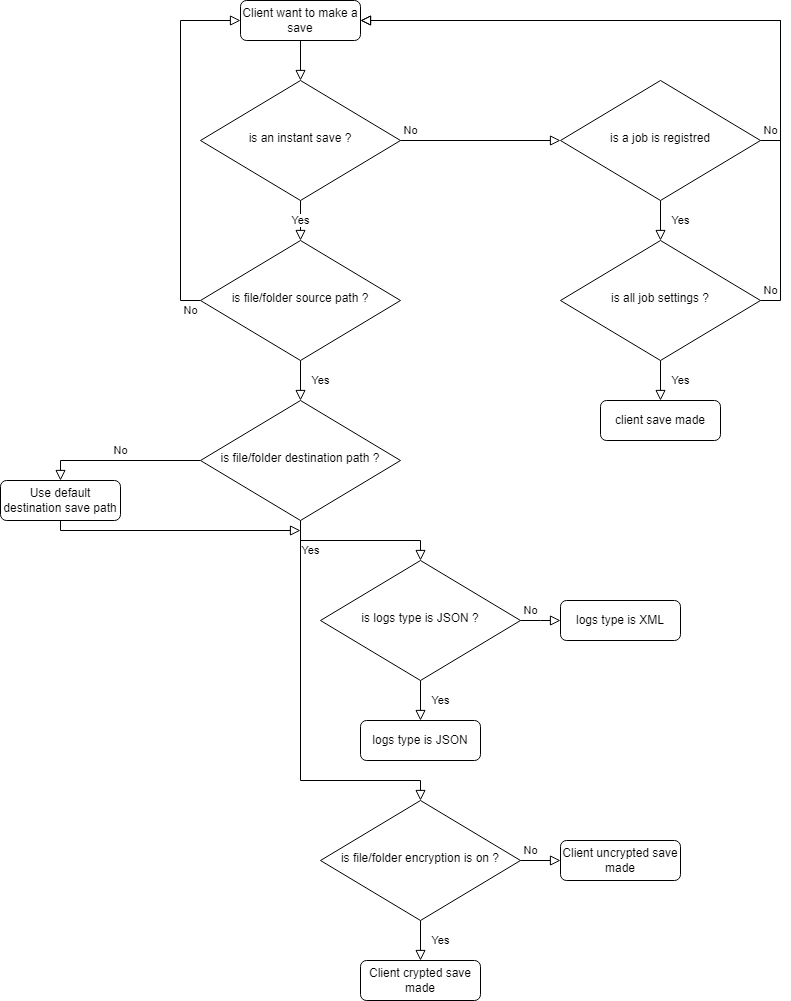
Before: CDC/3.0/flow_diagram.png, a diagram exported from draw.io (Atineon/easysave_production). Source tidied: cells renumbered, new cells last; positions are measured from the earlier drawing's top-left corner, leaving out a move shared by most shapes.
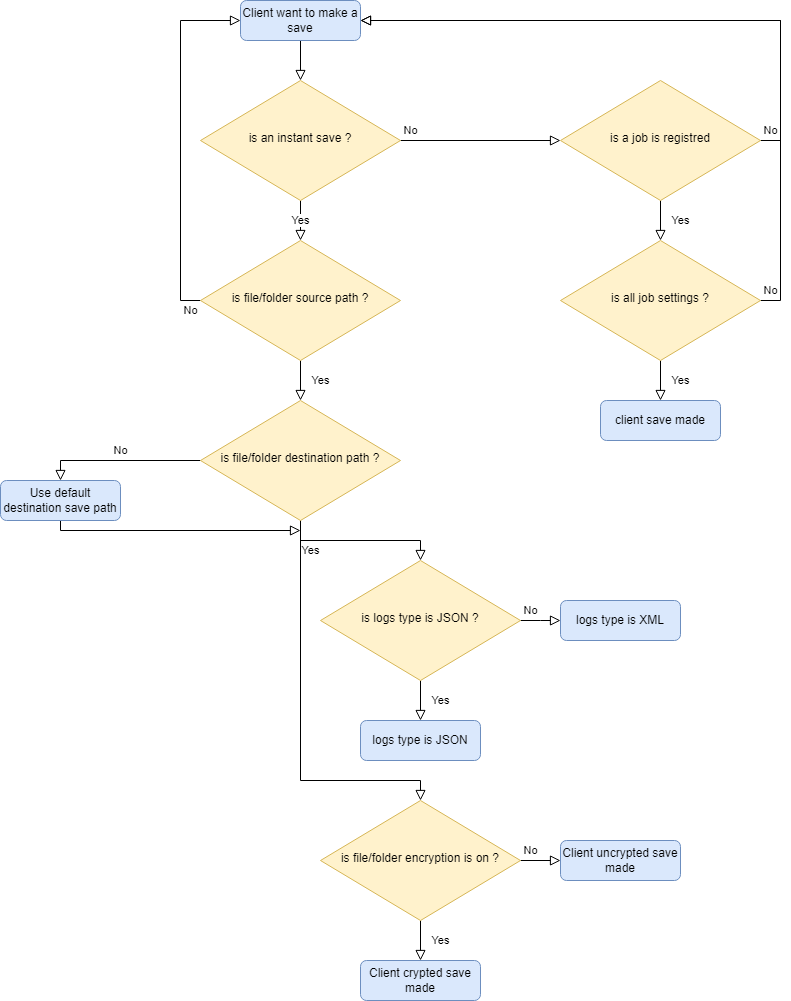
After the change.

Commit message:
fix: colorized flaw diagram + upgrade gitignore

Diff of the diagram source:
```diff
@@ -5,7 +5,7 @@
     <mxCell id="2" style="rounded=0;html=1;jettySize=auto;fontSize=11;endArrow=block;endFill=0;endSize=8;strokeWidth=1;shadow=0;labelBackgroundColor=none;edgeStyle=orthogonalEdgeStyle;" parent="1" edge="1" source="3" target="23">
       <mxGeometry relative="1" as="geometry" />
     </mxCell>
-    <mxCell id="3" value="Client want to make a save" style="rounded=1;whiteSpace=wrap;html=1;fontSize=12;glass=0;strokeWidth=1;shadow=0;" parent="1" vertex="1">
+    <mxCell id="3" value="Client want to make a save" style="rounded=1;whiteSpace=wrap;html=1;fontSize=12;glass=0;strokeWidth=1;shadow=0;fillColor=#dae8fc;strokeColor=#6c8ebf;" parent="1" vertex="1">
       <mxGeometry x="240" width="120" height="40" as="geometry" />
     </mxCell>
     <mxCell id="4" value="Yes" style="rounded=0;html=1;jettySize=auto;fontSize=11;endArrow=block;endFill=0;endSize=8;strokeWidth=1;shadow=0;labelBackgroundColor=none;edgeStyle=orthogonalEdgeStyle;" parent="1" edge="1" source="6" target="15">
@@ -19,7 +19,7 @@
         </Array>
       </mxGeometry>
     </mxCell>
-    <mxCell id="6" value="is file/folder source path ?" style="rhombus;whiteSpace=wrap;html=1;shadow=0;fontFamily=Helvetica;fontSize=12;align=center;strokeWidth=1;spacing=6;spacingTop=-4;" parent="1" vertex="1">
+    <mxCell id="6" value="is file/folder source path ?" style="rhombus;whiteSpace=wrap;html=1;shadow=0;fontFamily=Helvetica;fontSize=12;align=center;strokeWidth=1;spacing=6;spacingTop=-4;fillColor=#fff2cc;strokeColor=#d6b656;" parent="1" vertex="1">
       <mxGeometry x="200" y="240" width="200" height="120" as="geometry" />
     </mxCell>
     <mxCell id="7" value="Yes" style="rounded=0;html=1;jettySize=auto;fontSize=11;endArrow=block;endFill=0;endSize=8;strokeWidth=1;shadow=0;labelBackgroundColor=none;edgeStyle=orthogonalEdgeStyle;" parent="1" edge="1" source="9" target="10">
@@ -28,13 +28,13 @@
     <mxCell id="8" value="No" style="edgeStyle=orthogonalEdgeStyle;rounded=0;html=1;jettySize=auto;fontSize=11;endArrow=block;endFill=0;endSize=8;strokeWidth=1;shadow=0;labelBackgroundColor=none;" parent="1" edge="1" source="9" target="11">
       <mxGeometry x="-0.5" y="10" relative="1" as="geometry" />
     </mxCell>
-    <mxCell id="9" value="is file/folder encryption is on ?" style="rhombus;whiteSpace=wrap;html=1;shadow=0;fontFamily=Helvetica;fontSize=12;align=center;strokeWidth=1;spacing=6;spacingTop=-4;" parent="1" vertex="1">
+    <mxCell id="9" value="is file/folder encryption is on ?" style="rhombus;whiteSpace=wrap;html=1;shadow=0;fontFamily=Helvetica;fontSize=12;align=center;strokeWidth=1;spacing=6;spacingTop=-4;fillColor=#fff2cc;strokeColor=#d6b656;" parent="1" vertex="1">
       <mxGeometry x="320" y="800" width="200" height="120" as="geometry" />
     </mxCell>
-    <mxCell id="10" value="Client crypted save made" style="rounded=1;whiteSpace=wrap;html=1;fontSize=12;glass=0;strokeWidth=1;shadow=0;" parent="1" vertex="1">
+    <mxCell id="10" value="Client crypted save made" style="rounded=1;whiteSpace=wrap;html=1;fontSize=12;glass=0;strokeWidth=1;shadow=0;fillColor=#dae8fc;strokeColor=#6c8ebf;" parent="1" vertex="1">
       <mxGeometry x="360" y="960" width="120" height="40" as="geometry" />
     </mxCell>
-    <mxCell id="11" value="Client uncrypted save made" style="rounded=1;whiteSpace=wrap;html=1;fontSize=12;glass=0;strokeWidth=1;shadow=0;" parent="1" vertex="1">
+    <mxCell id="11" value="Client uncrypted save made" style="rounded=1;whiteSpace=wrap;html=1;fontSize=12;glass=0;strokeWidth=1;shadow=0;fillColor=#dae8fc;strokeColor=#6c8ebf;" parent="1" vertex="1">
       <mxGeometry x="560" y="840" width="120" height="40" as="geometry" />
     </mxCell>
     <mxCell id="12" value="Yes" style="edgeStyle=orthogonalEdgeStyle;rounded=0;jettySize=auto;html=1;endArrow=block;endFill=0;endSize=8;" parent="1" edge="1" source="15" target="18">
@@ -60,7 +60,7 @@
         </Array>
       </mxGeometry>
     </mxCell>
-    <mxCell id="15" value="is file/folder destination path ?" style="rhombus;whiteSpace=wrap;html=1;shadow=0;fontFamily=Helvetica;fontSize=12;align=center;strokeWidth=1;spacing=6;spacingTop=-4;" parent="1" vertex="1">
+    <mxCell id="15" value="is file/folder destination path ?" style="rhombus;whiteSpace=wrap;html=1;shadow=0;fontFamily=Helvetica;fontSize=12;align=center;strokeWidth=1;spacing=6;spacingTop=-4;fillColor=#fff2cc;strokeColor=#d6b656;" parent="1" vertex="1">
       <mxGeometry x="200" y="400" width="200" height="120" as="geometry" />
     </mxCell>
     <mxCell id="16" value="Yes" style="edgeStyle=orthogonalEdgeStyle;rounded=0;jettySize=auto;html=1;endArrow=block;endFill=0;endSize=8;" parent="1" edge="1" source="18" target="19">
@@ -74,13 +74,13 @@
         </Array>
       </mxGeometry>
     </mxCell>
-    <mxCell id="18" value="is logs type is JSON ?" style="rhombus;whiteSpace=wrap;html=1;shadow=0;fontFamily=Helvetica;fontSize=12;align=center;strokeWidth=1;spacing=6;spacingTop=-4;" parent="1" vertex="1">
+    <mxCell id="18" value="is logs type is JSON ?" style="rhombus;whiteSpace=wrap;html=1;shadow=0;fontFamily=Helvetica;fontSize=12;align=center;strokeWidth=1;spacing=6;spacingTop=-4;fillColor=#fff2cc;strokeColor=#d6b656;" parent="1" vertex="1">
       <mxGeometry x="320" y="560" width="200" height="120" as="geometry" />
     </mxCell>
-    <mxCell id="19" value="logs type is JSON" style="rounded=1;whiteSpace=wrap;html=1;fontSize=12;glass=0;strokeWidth=1;shadow=0;" parent="1" vertex="1">
+    <mxCell id="19" value="logs type is JSON" style="rounded=1;whiteSpace=wrap;html=1;fontSize=12;glass=0;strokeWidth=1;shadow=0;fillColor=#dae8fc;strokeColor=#6c8ebf;" parent="1" vertex="1">
       <mxGeometry x="360" y="720" width="120" height="40" as="geometry" />
     </mxCell>
-    <mxCell id="20" value="logs type is XML" style="rounded=1;whiteSpace=wrap;html=1;fontSize=12;glass=0;strokeWidth=1;shadow=0;" parent="1" vertex="1">
+    <mxCell id="20" value="logs type is XML" style="rounded=1;whiteSpace=wrap;html=1;fontSize=12;glass=0;strokeWidth=1;shadow=0;fillColor=#dae8fc;strokeColor=#6c8ebf;" parent="1" vertex="1">
       <mxGeometry x="560" y="600" width="120" height="40" as="geometry" />
     </mxCell>
     <mxCell id="21" value="Yes" style="edgeStyle=orthogonalEdgeStyle;rounded=0;jettySize=auto;html=1;endArrow=block;endFill=0;endSize=8;" parent="1" edge="1" source="23" target="6">
@@ -89,7 +89,7 @@
     <mxCell id="22" value="No" style="edgeStyle=orthogonalEdgeStyle;rounded=0;jettySize=auto;html=1;endArrow=block;endFill=0;endSize=8;" parent="1" edge="1" source="23" target="26">
       <mxGeometry x="-0.88" y="10" relative="1" as="geometry" />
     </mxCell>
-    <mxCell id="23" value="is an instant save ?" style="rhombus;whiteSpace=wrap;html=1;shadow=0;fontFamily=Helvetica;fontSize=12;align=center;strokeWidth=1;spacing=6;spacingTop=-4;" parent="1" vertex="1">
+    <mxCell id="23" value="is an instant save ?" style="rhombus;whiteSpace=wrap;html=1;shadow=0;fontFamily=Helvetica;fontSize=12;align=center;strokeWidth=1;spacing=6;spacingTop=-4;fillColor=#fff2cc;strokeColor=#d6b656;" parent="1" vertex="1">
       <mxGeometry x="200" y="80" width="200" height="120" as="geometry" />
     </mxCell>
     <mxCell id="24" value="Yes" style="edgeStyle=orthogonalEdgeStyle;rounded=0;jettySize=auto;html=1;endArrow=block;endFill=0;endSize=8;" parent="1" edge="1" source="26" target="29">
@@ -103,7 +103,7 @@
         </Array>
       </mxGeometry>
     </mxCell>
-    <mxCell id="26" value="is a job is registred" style="rhombus;whiteSpace=wrap;html=1;shadow=0;fontFamily=Helvetica;fontSize=12;align=center;strokeWidth=1;spacing=6;spacingTop=-4;" parent="1" vertex="1">
+    <mxCell id="26" value="is a job is registred" style="rhombus;whiteSpace=wrap;html=1;shadow=0;fontFamily=Helvetica;fontSize=12;align=center;strokeWidth=1;spacing=6;spacingTop=-4;fillColor=#fff2cc;strokeColor=#d6b656;" parent="1" vertex="1">
       <mxGeometry x="560" y="80" width="200" height="120" as="geometry" />
     </mxCell>
     <mxCell id="27" value="Yes" style="edgeStyle=orthogonalEdgeStyle;rounded=0;jettySize=auto;html=1;endArrow=block;endFill=0;endSize=8;" parent="1" edge="1" source="29" target="30">
@@ -117,10 +117,10 @@
         </Array>
       </mxGeometry>
     </mxCell>
-    <mxCell id="29" value="is all job settings ?" style="rhombus;whiteSpace=wrap;html=1;shadow=0;fontFamily=Helvetica;fontSize=12;align=center;strokeWidth=1;spacing=6;spacingTop=-4;" parent="1" vertex="1">
+    <mxCell id="29" value="is all job settings ?" style="rhombus;whiteSpace=wrap;html=1;shadow=0;fontFamily=Helvetica;fontSize=12;align=center;strokeWidth=1;spacing=6;spacingTop=-4;fillColor=#fff2cc;strokeColor=#d6b656;" parent="1" vertex="1">
       <mxGeometry x="560" y="240" width="200" height="120" as="geometry" />
     </mxCell>
-    <mxCell id="30" value="client save made" style="rounded=1;whiteSpace=wrap;html=1;fontSize=12;glass=0;strokeWidth=1;shadow=0;" parent="1" vertex="1">
+    <mxCell id="30" value="client save made" style="rounded=1;whiteSpace=wrap;html=1;fontSize=12;glass=0;strokeWidth=1;shadow=0;fillColor=#dae8fc;strokeColor=#6c8ebf;" parent="1" vertex="1">
       <mxGeometry x="600" y="400" width="120" height="40" as="geometry" />
     </mxCell>
     <mxCell id="31" style="edgeStyle=orthogonalEdgeStyle;rounded=0;jettySize=auto;html=1;endArrow=block;endFill=0;endSize=8;" parent="1" edge="1" source="32">
@@ -131,7 +131,7 @@
         </Array>
       </mxGeometry>
     </mxCell>
-    <mxCell id="32" value="Use default destination save path" style="rounded=1;whiteSpace=wrap;html=1;fontSize=12;glass=0;strokeWidth=1;shadow=0;" parent="1" vertex="1">
+    <mxCell id="32" value="Use default destination save path" style="rounded=1;whiteSpace=wrap;html=1;fontSize=12;glass=0;strokeWidth=1;shadow=0;fillColor=#dae8fc;strokeColor=#6c8ebf;" parent="1" vertex="1">
       <mxGeometry y="480" width="120" height="40" as="geometry" />
     </mxCell>
   </root>
```
